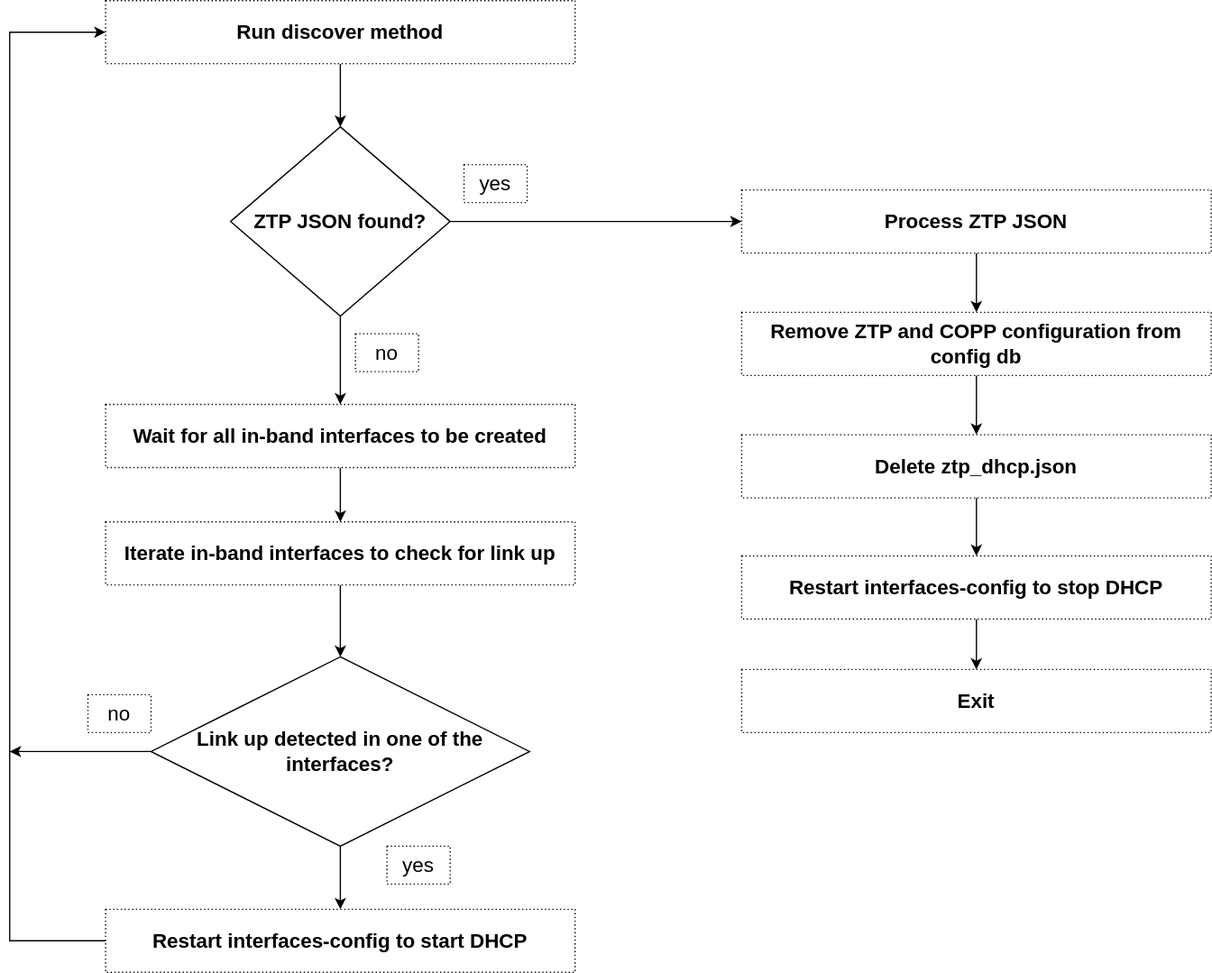
This is doc/ztp/images/ztp-engine.svg from liorghub/SONiC, a draw.io export, as it was before one commit. Source tidied: cells renumbered, new cells last; positions are measured from the earlier drawing's top-left corner, leaving out a move shared by most shapes.
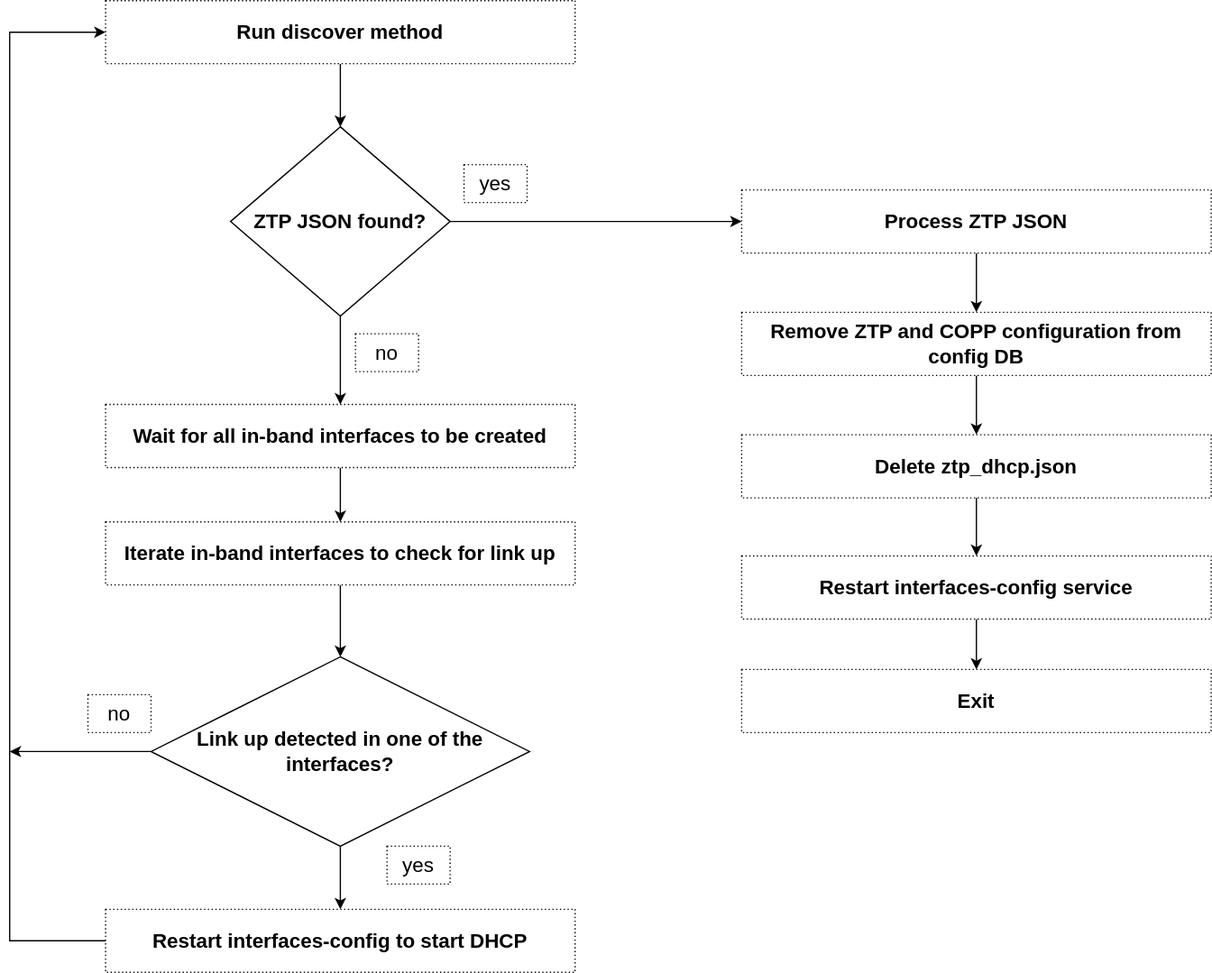
The same file after the commit.

Commit message:
Update 13 in-band ZTP HLD

Change to the diagram source:
```diff
@@ -38,7 +38,7 @@
     <mxCell id="13" style="edgeStyle=orthogonalEdgeStyle;rounded=0;jettySize=auto;html=1;entryX=0.5;entryY=0;entryDx=0;entryDy=0;" parent="1" edge="1" source="14" target="16">
       <mxGeometry relative="1" as="geometry" />
     </mxCell>
-    <mxCell id="14" value="Remove ZTP and COPP configuration from config db" style="rounded=0;whiteSpace=wrap;html=1;dashed=1;dashPattern=1 2;fontSize=16;fontStyle=1;" parent="1" vertex="1">
+    <mxCell id="14" value="Remove ZTP and COPP configuration from config DB" style="rounded=0;whiteSpace=wrap;html=1;dashed=1;dashPattern=1 2;fontSize=16;fontStyle=1;" parent="1" vertex="1">
       <mxGeometry x="580" y="247" width="372" height="50" as="geometry" />
     </mxCell>
     <mxCell id="15" style="edgeStyle=orthogonalEdgeStyle;rounded=0;jettySize=auto;html=1;entryX=0.5;entryY=0;entryDx=0;entryDy=0;" parent="1" edge="1" source="16" target="18">
@@ -50,7 +50,7 @@
     <mxCell id="17" style="edgeStyle=orthogonalEdgeStyle;rounded=0;jettySize=auto;html=1;entryX=0.5;entryY=0;entryDx=0;entryDy=0;" parent="1" edge="1" source="18" target="19">
       <mxGeometry relative="1" as="geometry" />
     </mxCell>
-    <mxCell id="18" value="Restart interfaces-config to stop DHCP" style="rounded=0;whiteSpace=wrap;html=1;dashed=1;dashPattern=1 2;fontSize=16;fontStyle=1;" parent="1" vertex="1">
+    <mxCell id="18" value="Restart interfaces-config service" style="rounded=0;whiteSpace=wrap;html=1;dashed=1;dashPattern=1 2;fontSize=16;fontStyle=1;" parent="1" vertex="1">
       <mxGeometry x="580" y="440" width="372" height="50" as="geometry" />
     </mxCell>
     <mxCell id="19" value="Exit" style="rounded=0;whiteSpace=wrap;html=1;dashed=1;dashPattern=1 2;fontSize=16;fontStyle=1;" parent="1" vertex="1">
```
